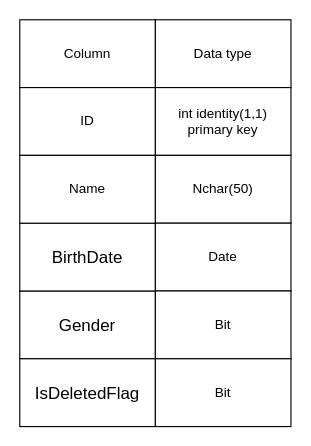
giangcoiphp/covid19 keeps this draw.io diagram as page "ex4" (4 of 4) of BSQL Assignment 103.drawio. Above is the earlier version. Source tidied: cells renumbered, new cells numbered last; positions are measured from the earlier drawing's top-left corner, leaving out a move shared by most shapes. Both pictures are drawn from the tidied source at 113%, with x=0, y=0 at pixel (19, 19).
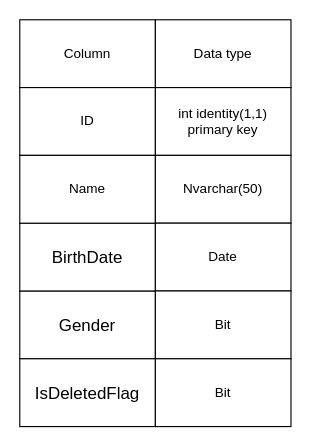
The same diagram, later.

Diff of the diagram source:
```diff
@@
 <mxGraphModel>
   <root>
     <mxCell id="0" />
     <mxCell id="1" parent="0" />
     <mxCell id="2" value="Column" style="rounded=0;whiteSpace=wrap;html=1;" parent="1" vertex="1">
       <mxGeometry width="120" height="60" as="geometry" />
     </mxCell>
     <mxCell id="3" value="Data type" style="rounded=0;whiteSpace=wrap;html=1;" parent="1" vertex="1">
       <mxGeometry x="120" width="120" height="60" as="geometry" />
     </mxCell>
     <mxCell id="4" value="ID" style="rounded=0;whiteSpace=wrap;html=1;" parent="1" vertex="1">
       <mxGeometry y="60" width="120" height="60" as="geometry" />
     </mxCell>
     <mxCell id="5" value="&lt;span style=&quot;font-family: Muli, sans-serif; font-size: 15px; text-align: start; background-color: rgb(255, 255, 255);&quot;&gt;Gender&lt;/span&gt;" style="rounded=0;whiteSpace=wrap;html=1;" parent="1" vertex="1">
       <mxGeometry y="240" width="120" height="60" as="geometry" />
     </mxCell>
     <mxCell id="6" value="&lt;span style=&quot;font-family: Muli, sans-serif; font-size: 15px; text-align: start; background-color: rgb(255, 255, 255);&quot;&gt;BirthDate&lt;/span&gt;" style="rounded=0;whiteSpace=wrap;html=1;" parent="1" vertex="1">
       <mxGeometry y="180" width="120" height="60" as="geometry" />
     </mxCell>
     <mxCell id="7" value="Name" style="rounded=0;whiteSpace=wrap;html=1;" parent="1" vertex="1">
       <mxGeometry y="120" width="120" height="60" as="geometry" />
     </mxCell>
     <mxCell id="8" value="int identity(1,1) primary key" style="rounded=0;whiteSpace=wrap;html=1;" parent="1" vertex="1">
       <mxGeometry x="120" y="60" width="120" height="60" as="geometry" />
     </mxCell>
-    <mxCell id="9" value="Nchar(50)" style="rounded=0;whiteSpace=wrap;html=1;" parent="1" vertex="1">
+    <mxCell id="9" value="Nvarchar(50)" style="rounded=0;whiteSpace=wrap;html=1;" parent="1" vertex="1">
       <mxGeometry x="120" y="120" width="120" height="60" as="geometry" />
     </mxCell>
     <mxCell id="10" value="Date" style="rounded=0;whiteSpace=wrap;html=1;" parent="1" vertex="1">
       <mxGeometry x="120" y="180" width="120" height="60" as="geometry" />
     </mxCell>
     <mxCell id="11" value="Bit" style="rounded=0;whiteSpace=wrap;html=1;" parent="1" vertex="1">
       <mxGeometry x="120" y="240" width="120" height="60" as="geometry" />
     </mxCell>
     <mxCell id="12" value="&lt;span style=&quot;font-family: Muli, sans-serif; font-size: 15px; text-align: start; background-color: rgb(255, 255, 255);&quot;&gt;IsDeletedFlag&lt;/span&gt;" style="rounded=0;whiteSpace=wrap;html=1;" parent="1" vertex="1">
       <mxGeometry y="300" width="120" height="60" as="geometry" />
     </mxCell>
     <mxCell id="13" value="Bit" style="rounded=0;whiteSpace=wrap;html=1;" parent="1" vertex="1">
       <mxGeometry x="120" y="300" width="120" height="60" as="geometry" />
     </mxCell>
   </root>
 </mxGraphModel>
```
